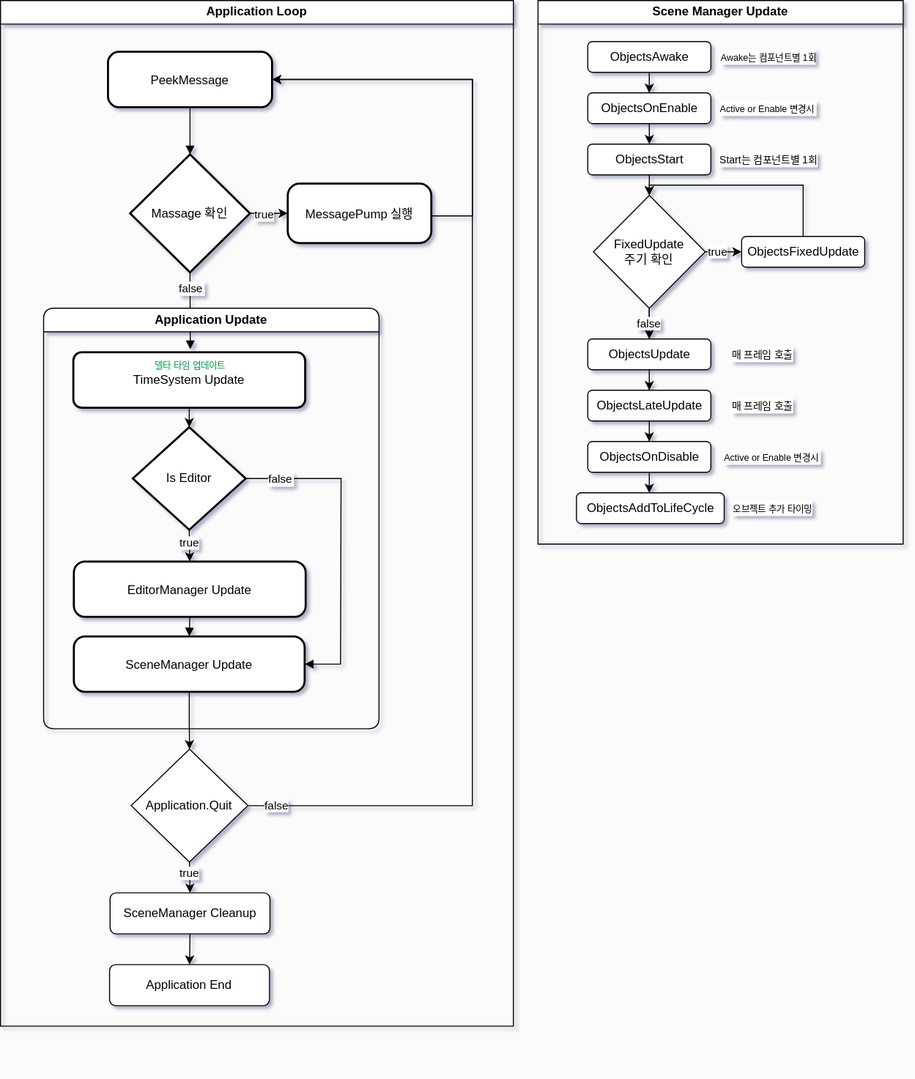
Above: Diagram/GameEngineFlowChart.drawio.svg in Scarecrow37/VanishingGround (draw.io), before the change. Source tidied: cells renumbered, new cells last; positions are measured from the earlier drawing's top-left corner, leaving out a move shared by most shapes.
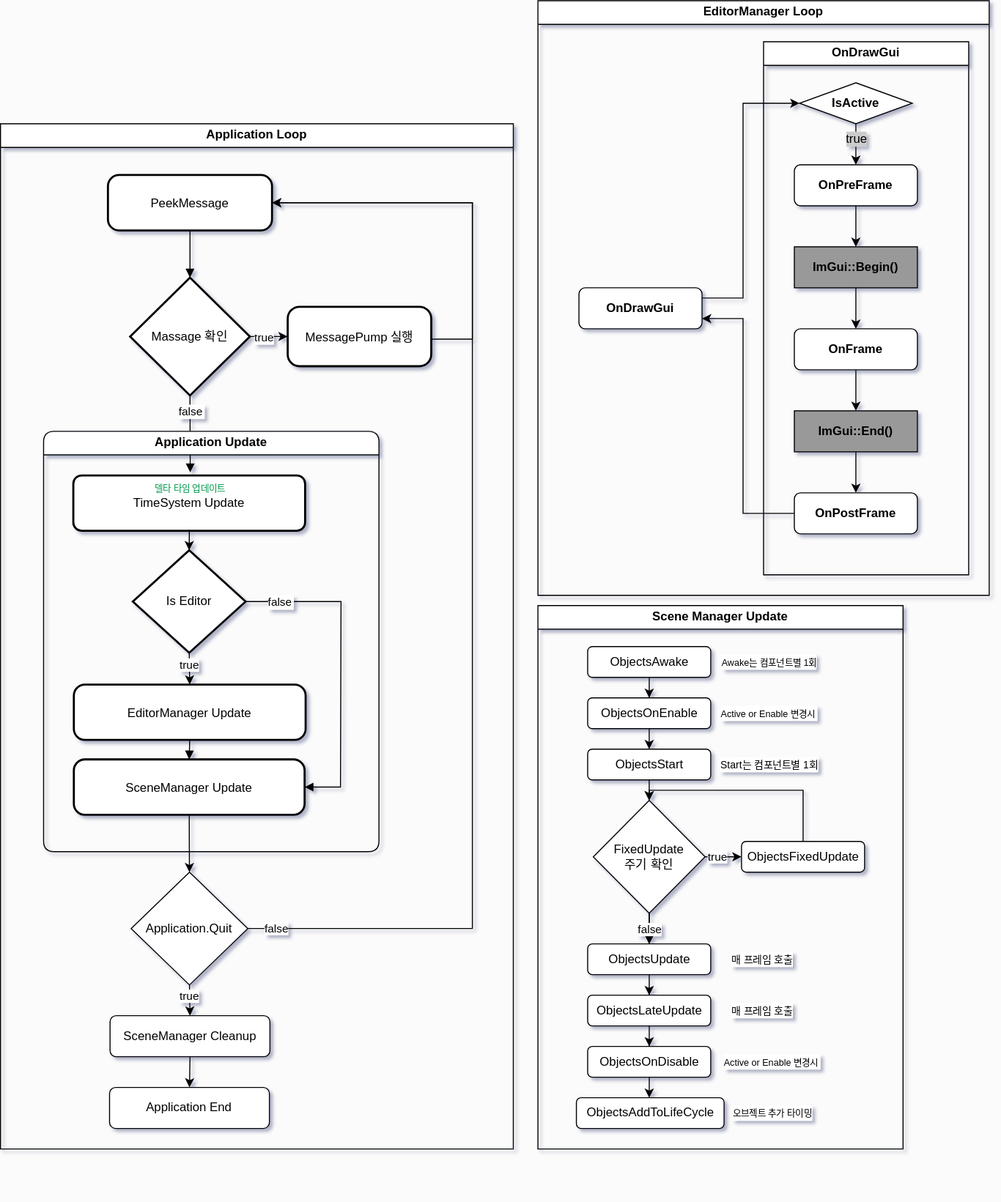
After the commit.

Diff of the diagram source:
```diff
@@ -101,7 +101,7 @@
       <mxGeometry relative="1" as="geometry" />
     </mxCell>
     <mxCell id="29" value="Scene Manager Update" style="swimlane;whiteSpace=wrap;html=1;labelBackgroundColor=default;" parent="1" vertex="1">
-      <mxGeometry x="524" width="356" height="530" as="geometry" />
+      <mxGeometry x="524" y="470" width="356" height="530" as="geometry" />
     </mxCell>
     <mxCell id="30" style="edgeStyle=orthogonalEdgeStyle;rounded=0;jettySize=auto;html=1;entryX=0.5;entryY=0;entryDx=0;entryDy=0;labelBackgroundColor=default;" parent="29" edge="1" source="31" target="33">
       <mxGeometry relative="1" as="geometry" />
@@ -186,5 +186,66 @@
     <mxCell id="55" value="&lt;font style=&quot;font-size: 9px;&quot;&gt;오브젝트 추가 타이밍&lt;/font&gt;" style="text;html=1;align=center;verticalAlign=middle;whiteSpace=wrap;rounded=0;labelBackgroundColor=default;" parent="29" vertex="1">
       <mxGeometry x="168.5" y="480" width="120" height="30" as="geometry" />
     </mxCell>
+    <mxCell id="56" value="EditorManager Loop" style="swimlane;whiteSpace=wrap;html=1;labelBackgroundColor=none;" parent="1" vertex="1">
+      <mxGeometry x="524" y="-120" width="440" height="580" as="geometry" />
+    </mxCell>
+    <mxCell id="57" value="&lt;b&gt;OnDrawGui&lt;/b&gt;" style="rounded=1;whiteSpace=wrap;html=1;labelBackgroundColor=none;" parent="56" vertex="1">
+      <mxGeometry x="40" y="280" width="120" height="40" as="geometry" />
+    </mxCell>
+    <mxCell id="58" value="OnDrawGui" style="swimlane;whiteSpace=wrap;html=1;" parent="56" vertex="1">
+      <mxGeometry x="220" y="40" width="200" height="520" as="geometry" />
+    </mxCell>
+    <mxCell id="59" style="edgeStyle=orthogonalEdgeStyle;rounded=0;jettySize=auto;html=1;" parent="58" edge="1" source="64" target="67">
+      <mxGeometry relative="1" as="geometry" />
+    </mxCell>
+    <mxCell id="60" style="edgeStyle=orthogonalEdgeStyle;rounded=0;jettySize=auto;html=1;entryX=0.5;entryY=0;entryDx=0;entryDy=0;" parent="58" edge="1" source="65" target="68">
+      <mxGeometry relative="1" as="geometry" />
+    </mxCell>
+    <mxCell id="61" style="edgeStyle=orthogonalEdgeStyle;rounded=0;jettySize=auto;html=1;entryX=0.5;entryY=0;entryDx=0;entryDy=0;" parent="58" edge="1" source="67" target="65">
+      <mxGeometry relative="1" as="geometry" />
+    </mxCell>
+    <mxCell id="62" style="edgeStyle=orthogonalEdgeStyle;rounded=0;jettySize=auto;html=1;entryX=0.5;entryY=0;entryDx=0;entryDy=0;" parent="58" edge="1" source="68" target="66">
+      <mxGeometry relative="1" as="geometry" />
+    </mxCell>
+    <mxCell id="63" style="edgeStyle=orthogonalEdgeStyle;rounded=0;jettySize=auto;html=1;" parent="58" edge="1" source="69" target="64">
+      <mxGeometry relative="1" as="geometry" />
+    </mxCell>
+    <mxCell id="64" value="&lt;b&gt;OnPreFrame&lt;/b&gt;" style="rounded=1;whiteSpace=wrap;html=1;labelBackgroundColor=none;" parent="58" vertex="1">
+      <mxGeometry x="30" y="120" width="120" height="40" as="geometry" />
+    </mxCell>
+    <mxCell id="65" value="&lt;b&gt;OnFrame&lt;/b&gt;" style="rounded=1;whiteSpace=wrap;html=1;labelBackgroundColor=none;" parent="58" vertex="1">
+      <mxGeometry x="30" y="280" width="120" height="40" as="geometry" />
+    </mxCell>
+    <mxCell id="66" value="&lt;b&gt;OnPostFrame&lt;/b&gt;" style="rounded=1;whiteSpace=wrap;html=1;labelBackgroundColor=none;" parent="58" vertex="1">
+      <mxGeometry x="30" y="440" width="120" height="40" as="geometry" />
+    </mxCell>
+    <mxCell id="67" value="ImGui::Begin()" style="rounded=0;whiteSpace=wrap;html=1;fontStyle=1;fillColor=#999999;" parent="58" vertex="1">
+      <mxGeometry x="30" y="200" width="120" height="40" as="geometry" />
+    </mxCell>
+    <mxCell id="68" value="ImGui::End()" style="rounded=0;whiteSpace=wrap;html=1;fontStyle=1;fillColor=#999999;" parent="58" vertex="1">
+      <mxGeometry x="30" y="360" width="120" height="40" as="geometry" />
+    </mxCell>
+    <mxCell id="69" value="IsActive" style="rhombus;whiteSpace=wrap;html=1;fontStyle=1;" parent="58" vertex="1">
+      <mxGeometry x="35" y="40" width="110" height="40" as="geometry" />
+    </mxCell>
+    <mxCell id="70" value="true" style="text;strokeColor=none;fillColor=none;align=center;verticalAlign=middle;spacingLeft=4;spacingRight=2;overflow=hidden;whiteSpace=wrap;html=1;spacing=0;spacingTop=0;labelBackgroundColor=#CCCCCC;labelBorderColor=none;" parent="58" vertex="1">
+      <mxGeometry x="60" y="80" width="60" height="30" as="geometry" />
+    </mxCell>
+    <mxCell id="71" style="endArrow=classic;html=1;rounded=0;exitX=1;exitY=0.25;exitDx=0;exitDy=0;entryX=0;entryY=0.5;entryDx=0;entryDy=0;" parent="56" edge="1" source="57" target="69">
+      <mxGeometry relative="1" as="geometry">
+        <Array as="points">
+          <mxPoint x="200" y="290" />
+          <mxPoint x="200" y="100" />
+        </Array>
+      </mxGeometry>
+    </mxCell>
+    <mxCell id="72" style="endArrow=classic;html=1;rounded=0;entryX=1;entryY=0.75;entryDx=0;entryDy=0;exitX=0;exitY=0.5;exitDx=0;exitDy=0;" parent="56" edge="1" source="66" target="57">
+      <mxGeometry relative="1" as="geometry">
+        <Array as="points">
+          <mxPoint x="200" y="500" />
+          <mxPoint x="200" y="310" />
+        </Array>
+      </mxGeometry>
+    </mxCell>
   </root>
 </mxGraphModel>
```
